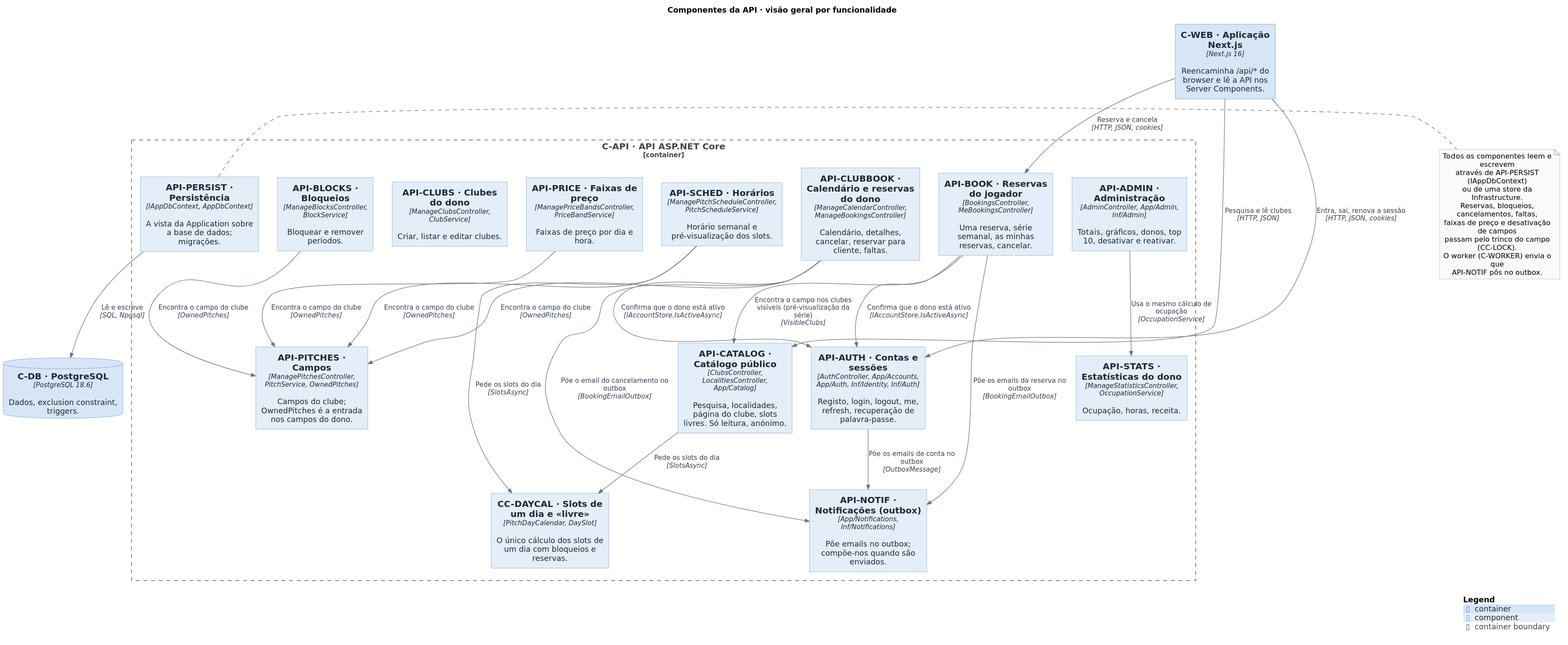
The PlantUML diagram docs/architecture/out/03-components-api-overview.svg in rodrigo4sousa/SportsEstablishments, before a commit.
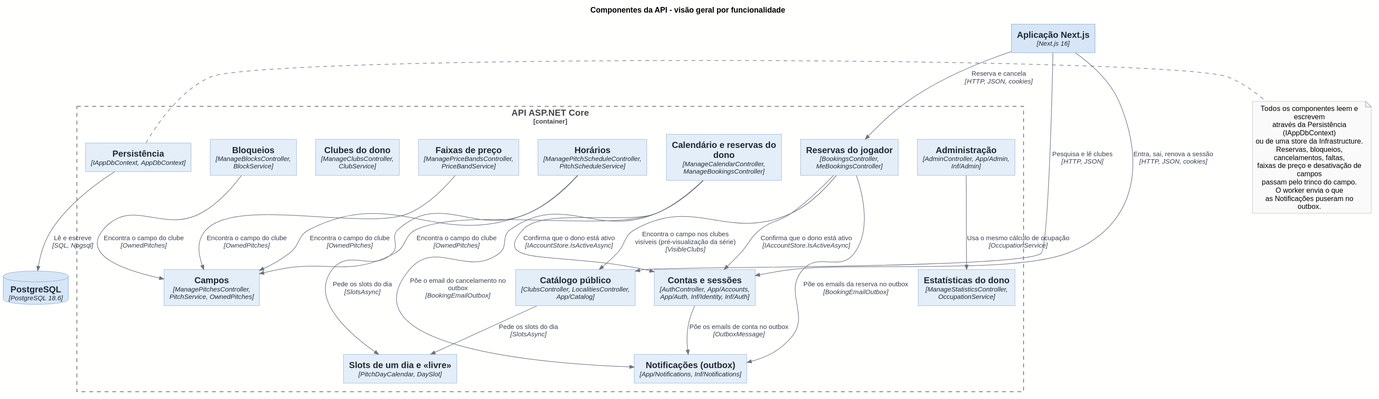
Later version of the same file.

The edit, as a diff of the source:
```diff
@@ -2,30 +2,30 @@
 !include <C4/C4_Component>
 !include ../style.puml
 
-title Componentes da API · visão geral por funcionalidade
+title Componentes da API - visão geral por funcionalidade
 
 LAYOUT_TOP_DOWN()
 
-Container(C_WEB, "C-WEB · Aplicação Next.js", "Next.js 16", "Reencaminha /api/* do browser e lê a API nos Server Components.")
+Container(C_WEB, "Aplicação Next.js", "Next.js 16")
 
-Container_Boundary(C_API, "C-API · API ASP.NET Core") {
-  Component(API_AUTH, "API-AUTH · Contas e sessões", "AuthController, App/Accounts, App/Auth, Inf/Identity, Inf/Auth", "Registo, login, logout, me, refresh, recuperação de palavra-passe.")
-  Component(API_CATALOG, "API-CATALOG · Catálogo público", "ClubsController, LocalitiesController, App/Catalog", "Pesquisa, localidades, página do clube, slots livres. Só leitura, anónimo.")
-  Component(API_BOOK, "API-BOOK · Reservas do jogador", "BookingsController, MeBookingsController", "Uma reserva, série semanal, as minhas reservas, cancelar.")
-  Component(API_CLUBS, "API-CLUBS · Clubes do dono", "ManageClubsController, ClubService", "Criar, listar e editar clubes.")
-  Component(API_PITCHES, "API-PITCHES · Campos", "ManagePitchesController, PitchService, OwnedPitches", "Campos do clube; OwnedPitches é a entrada nos campos do dono.")
-  Component(API_SCHED, "API-SCHED · Horários", "ManagePitchScheduleController, PitchScheduleService", "Horário semanal e pré-visualização dos slots.")
-  Component(API_BLOCKS, "API-BLOCKS · Bloqueios", "ManageBlocksController, BlockService", "Bloquear e remover períodos.")
-  Component(API_PRICE, "API-PRICE · Faixas de preço", "ManagePriceBandsController, PriceBandService", "Faixas de preço por dia e hora.")
-  Component(API_CLUBBOOK, "API-CLUBBOOK · Calendário e reservas do dono", "ManageCalendarController, ManageBookingsController", "Calendário, detalhes, cancelar, reservar para cliente, faltas.")
-  Component(API_STATS, "API-STATS · Estatísticas do dono", "ManageStatisticsController, OccupationService", "Ocupação, horas, receita.")
-  Component(API_ADMIN, "API-ADMIN · Administração", "AdminController, App/Admin, Inf/Admin", "Totais, gráficos, donos, top 10, desativar e reativar.")
-  Component(API_NOTIF, "API-NOTIF · Notificações (outbox)", "App/Notifications, Inf/Notifications", "Põe emails no outbox; compõe-nos quando são enviados.")
-  Component(CC_DAYCAL, "CC-DAYCAL · Slots de um dia e «livre»", "PitchDayCalendar, DaySlot", "O único cálculo dos slots de um dia com bloqueios e reservas.")
-  Component(API_PERSIST, "API-PERSIST · Persistência", "IAppDbContext, AppDbContext", "A vista da Application sobre a base de dados; migrações.")
+Container_Boundary(C_API, "API ASP.NET Core") {
+  Component(API_AUTH, "Contas e sessões", "AuthController, App/Accounts, App/Auth, Inf/Identity, Inf/Auth")
+  Component(API_CATALOG, "Catálogo público", "ClubsController, LocalitiesController, App/Catalog")
+  Component(API_BOOK, "Reservas do jogador", "BookingsController, MeBookingsController")
+  Component(API_CLUBS, "Clubes do dono", "ManageClubsController, ClubService")
+  Component(API_PITCHES, "Campos", "ManagePitchesController, PitchService, OwnedPitches")
+  Component(API_SCHED, "Horários", "ManagePitchScheduleController, PitchScheduleService")
+  Component(API_BLOCKS, "Bloqueios", "ManageBlocksController, BlockService")
+  Component(API_PRICE, "Faixas de preço", "ManagePriceBandsController, PriceBandService")
+  Component(API_CLUBBOOK, "Calendário e reservas do dono", "ManageCalendarController, ManageBookingsController")
+  Component(API_STATS, "Estatísticas do dono", "ManageStatisticsController, OccupationService")
+  Component(API_ADMIN, "Administração", "AdminController, App/Admin, Inf/Admin")
+  Component(API_NOTIF, "Notificações (outbox)", "App/Notifications, Inf/Notifications")
+  Component(CC_DAYCAL, "Slots de um dia e «livre»", "PitchDayCalendar, DaySlot")
+  Component(API_PERSIST, "Persistência", "IAppDbContext, AppDbContext")
 }
 
-ContainerDb(C_DB, "C-DB · PostgreSQL", "PostgreSQL 18.6", "Dados, exclusion constraint, triggers.")
+ContainerDb(C_DB, "PostgreSQL", "PostgreSQL 18.6")
 
 Rel(C_WEB, API_CATALOG, $plain("Pesquisa e lê clubes"), "HTTP, JSON")
 Rel(C_WEB, API_BOOK, $plain("Reserva e cancela"), "HTTP, JSON, cookies")
@@ -48,14 +48,12 @@
 
 note right of API_PERSIST
   Todos os componentes leem e escrevem
-  através de API-PERSIST (IAppDbContext)
+  através da Persistência (IAppDbContext)
   ou de uma store da Infrastructure.
   Reservas, bloqueios, cancelamentos, faltas,
   faixas de preço e desativação de campos
-  passam pelo trinco do campo (CC-LOCK).
-  O worker (C-WORKER) envia o que
-  API-NOTIF pôs no outbox.
+  passam pelo trinco do campo.
+  O worker envia o que
+  as Notificações puseram no outbox.
 end note
-
-SHOW_LEGEND()
 @enduml
```
